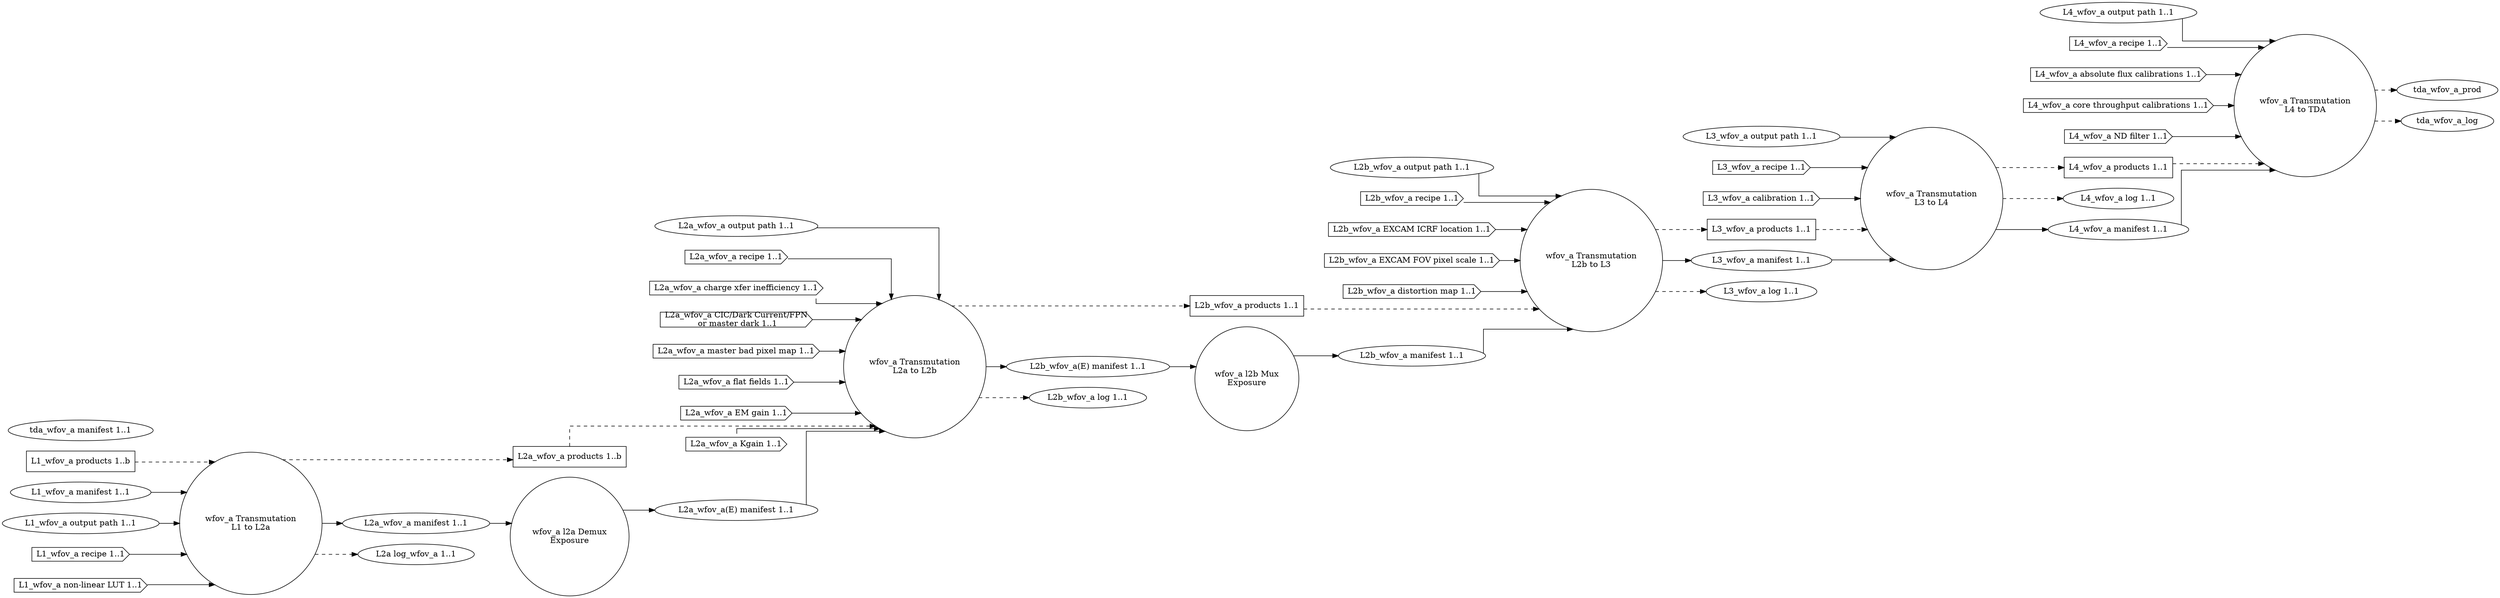
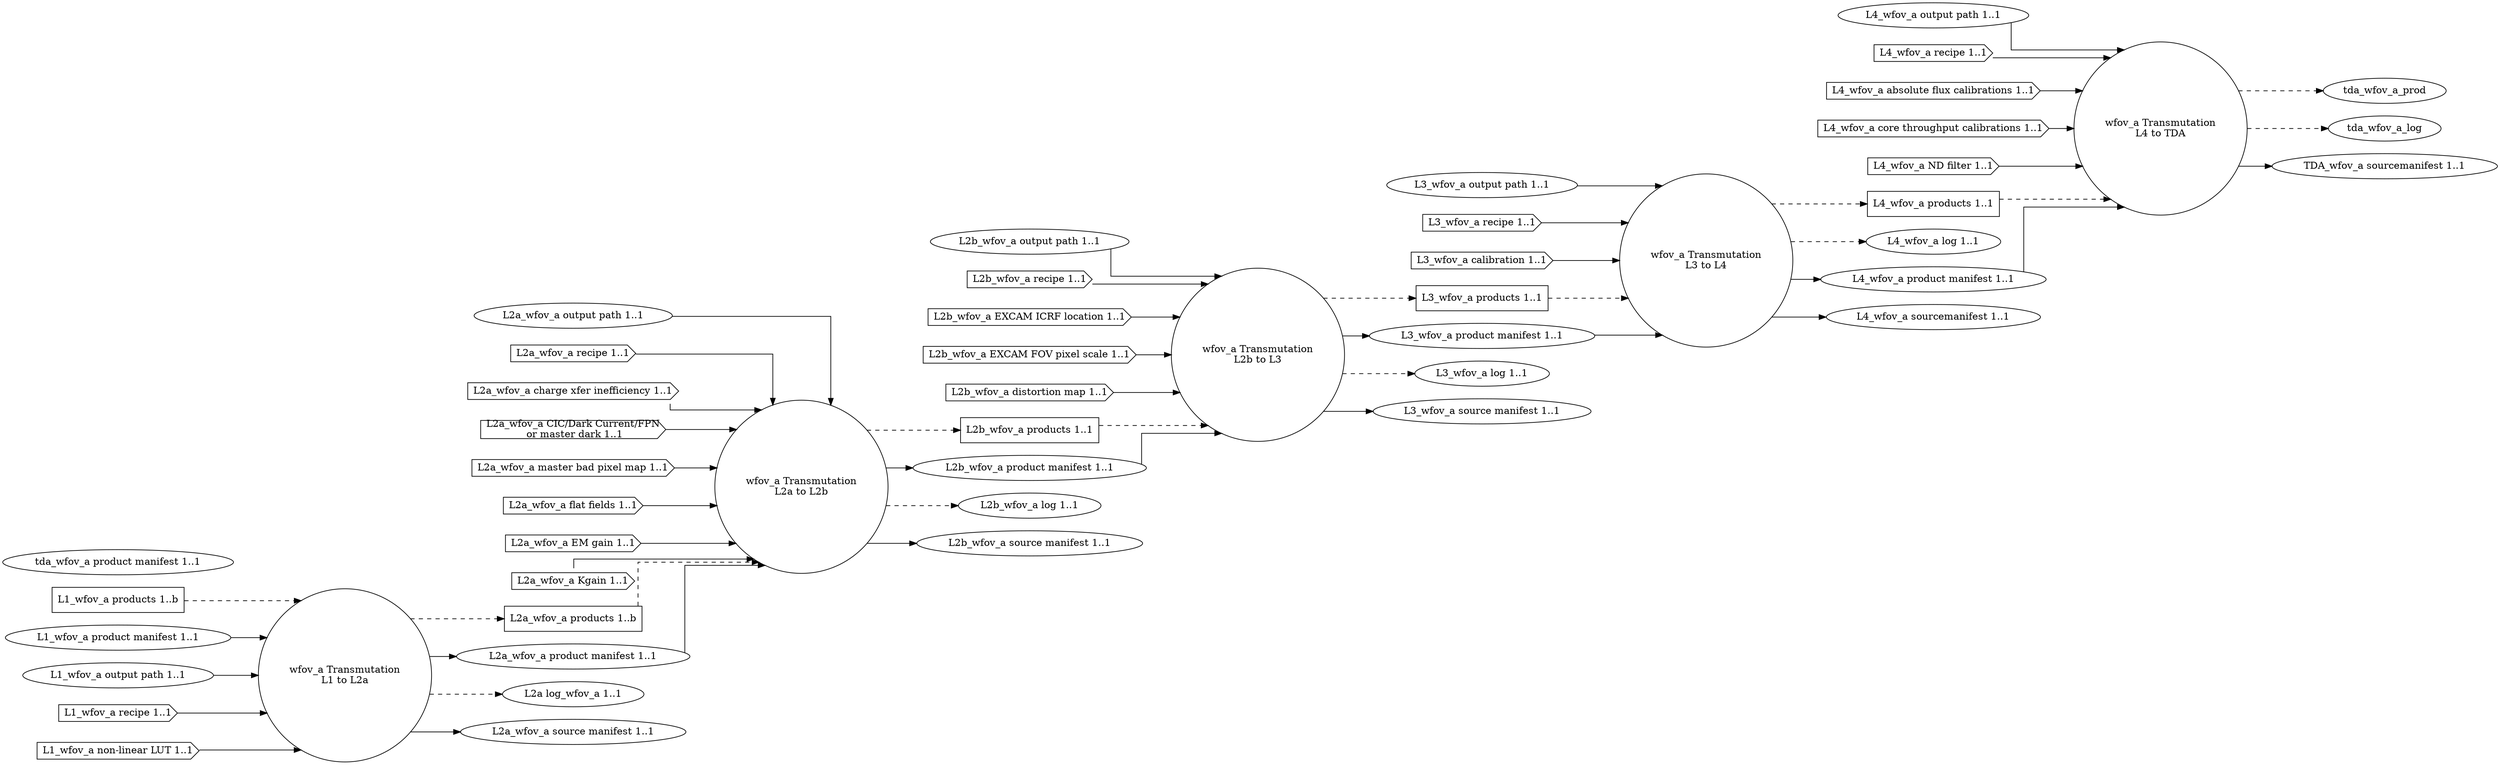
digraph WideFieldOfViewAnalog {
graph [splines="ortho", rankdir=LR];
trans_wfov_a_l1_l2a [label="wfov_a Transmutation\nL1 to L2a", shape="circle", runname="l1.transmutation_wfov_a", runtype="dawgie.Algorithm", fsmtype="dip.base.Runner"];
- l2a_wfov_a_demux [label="wfov_a l2a Demux\nExposure", shape="circle", runname="l2a.demux_wfov_a", runtype="dawgie.Algorithm", fsmtype="dip.clerk.impls.demux.FSM"];
trans_wfov_a_l2a_l2b [label="wfov_a Transmutation\nL2a to L2b", shape="circle", runname="l2a.transmutation_wfov_a", runtype="dawgie.Algorithm", fsmtype="dip.base.Runner"];
- l2b_wfov_a_mux [label="wfov_a l2b Mux\nExposure", shape="circle", runname="l2b.mux_wfov_a", runtype="dawgie.Analyzer", fsmtype="dip.clerk.impls.mux.FSM"];
trans_wfov_a_l2b_l3 [label="wfov_a Transmutation\nL2b to L3", shape="circle", runname="l2b.transmutation_wfov_a", runtype="dawgie.Algorithm", fsmtype="dip.base.Runner"];
trans_wfov_a_l3_l4 [label="wfov_a Transmutation\nL3 to L4", shape="circle", runname="l3.transmutation_wfov_a", runtype="dawgie.Algorithm", fsmtype="dip.base.Runner"];
trans_wfov_a_l4_tda [label="wfov_a Transmutation\nL4 to TDA", shape="circle", runname="l4.transmutation_wfov_a", runtype="dawgie.Algorithm", fsmtype="dip.base.Runner"];
l1_wfov_a_prod [label="L1_wfov_a products 1..b", shape="rectangle"];
- l1_wfov_a_man [label="L1_wfov_a manifest 1..1", shape="ellipse"];
+ l1_wfov_a_man [label="L1_wfov_a product manifest 1..1", shape="ellipse"];
l1_wfov_a_odir [label="L1_wfov_a output path 1..1", shape="ellipse"];
l1_wfov_a_rec [label="L1_wfov_a recipe 1..1", shape="cds"];
l1_wfov_a_nllut [label="L1_wfov_a non-linear LUT 1..1", shape="cds"];
l2a_wfov_a_prod [label="L2a_wfov_a products 1..b", shape="rectangle"];
- l2a_wfov_a_man [label="L2a_wfov_a manifest 1..1", shape="ellipse", valname="l1.transmutation_wfov_a.product.manifest", valtype="dip.base.Manifest"];
+ l2a_wfov_a_man [label="L2a_wfov_a product manifest 1..1", shape="ellipse", valname="l1.transmutation_wfov_a.product.manifest", valtype="dip.base.Manifest"];
l2a_wfov_a_odir [label="L2a_wfov_a output path 1..1", shape="ellipse"];
l2a_wfov_a_rec [label="L2a_wfov_a recipe 1..1", shape="cds"];
l2a_wfov_a_cti [label="L2a_wfov_a charge xfer inefficiency 1..1", shape="cds"];
l2a_wfov_a_dnb [label="L2a_wfov_a CIC/Dark Current/FPN\n or master dark 1..1", shape="cds"];
l2a_wfov_a_mbpm [label="L2a_wfov_a master bad pixel map 1..1", shape="cds"];
l2a_wfov_a_ff [label="L2a_wfov_a flat fields 1..1", shape="cds"];
l2a_wfov_a_emg [label="L2a_wfov_a EM gain 1..1", shape="cds"];
l2a_wfov_a_kgain [label="L2a_wfov_a Kgain 1..1", shape="cds"];
l2a_wfov_a_log [label="L2a log_wfov_a 1..1", shape="ellipse"];
- l2a_wfov_a_man_demux [label="L2a_wfov_a(E) manifest 1..1", shape="ellipse", valname="l2a.demux_wfov_a.product.manifest", valtype="dip.base.Manifest"];
l2b_wfov_a_prod [label="L2b_wfov_a products 1..1", shape="rectangle"];
- l2b_wfov_a_man [label="L2b_wfov_a manifest 1..1", shape="ellipse", valname="l2b.mux_wfov_a.product.manifest", valtype="dip.base.Manifest"];
+ l2b_wfov_a_man [label="L2b_wfov_a product manifest 1..1", shape="ellipse", valname="l2a.transmutation_wfov_a.product.manifest", valtype="dip.base.Manifest"];
l2b_wfov_a_odir [label="L2b_wfov_a output path 1..1", shape="ellipse"];
l2b_wfov_a_rec [label="L2b_wfov_a recipe 1..1", shape="cds"];
l2b_wfov_a_excicrf [label="L2b_wfov_a EXCAM ICRF location 1..1", shape="cds"];
l2b_wfov_a_excfovps [label="L2b_wfov_a EXCAM FOV pixel scale 1..1", shape="cds"];
l2b_wfov_a_distm [label="L2b_wfov_a distortion map 1..1", shape="cds"];
- l2b_wfov_a_man_demux [label="L2b_wfov_a(E) manifest 1..1", shape="ellipse", valname="l2a.transmutation_wfov_a.product.manifest", valtype="dip.base.Manifest"];
l2b_wfov_a_log [label="L2b_wfov_a log 1..1", shape="ellipse"];
l3_wfov_a_prod [label="L3_wfov_a products 1..1", shape="rectangle"];
l3_wfov_a_odir [label="L3_wfov_a output path 1..1", shape="ellipse"];
- l3_wfov_a_man [label="L3_wfov_a manifest 1..1", shape="ellipse", valname="l2b.transmutation_wfov_a.product.manifest", valtype="dip.base.Manifest"];
+ l3_wfov_a_man [label="L3_wfov_a product manifest 1..1", shape="ellipse", valname="l2b.transmutation_wfov_a.product.manifest", valtype="dip.base.Manifest"];
l3_wfov_a_rec [label="L3_wfov_a recipe 1..1", shape="cds"];
l3_wfov_a_cal [label="L3_wfov_a calibration 1..1", shape="cds"];
l3_wfov_a_log [label="L3_wfov_a log 1..1", shape="ellipse"];
l4_wfov_a_prod [label="L4_wfov_a products 1..1", shape="rectangle"];
l4_wfov_a_odir [label="L4_wfov_a output path 1..1", shape="ellipse"];
l4_wfov_a_log [label="L4_wfov_a log 1..1", shape="ellipse"];
- l4_wfov_a_man [label="L4_wfov_a manifest 1..1", shape="ellipse", valname="l3.transmutation_wfov_a.product.manifest", valtype="dip.base.Manifest"];
+ l4_wfov_a_man [label="L4_wfov_a product manifest 1..1", shape="ellipse", valname="l3.transmutation_wfov_a.product.manifest", valtype="dip.base.Manifest"];
l4_wfov_a_rec [label="L4_wfov_a recipe 1..1", shape="cds"];
l4_wfov_a_afcal [label="L4_wfov_a absolute flux calibrations 1..1", shape="cds"];
l4_wfov_a_ctcal [label="L4_wfov_a core throughput calibrations 1..1", shape="cds"];
l4_wfov_a_ndfilt [label="L4_wfov_a ND filter 1..1", shape="cds"];
- tda_wfov_a_man [label="tda_wfov_a manifest 1..1", shape="ellipse", valname="l4.transmutation_wfov_a.product.manifest", valtype="dip.base.Manifest"];
+ tda_wfov_a_man [label="tda_wfov_a product manifest 1..1", shape="ellipse", valname="l4.transmutation_wfov_a.product.manifest", valtype="dip.base.Manifest"];
l1_wfov_a_prod -> trans_wfov_a_l1_l2a [style="dashed"];
l1_wfov_a_man -> trans_wfov_a_l1_l2a;
l1_wfov_a_odir -> trans_wfov_a_l1_l2a;
l1_wfov_a_rec -> trans_wfov_a_l1_l2a;
l1_wfov_a_nllut -> trans_wfov_a_l1_l2a;
trans_wfov_a_l1_l2a -> l2a_wfov_a_prod [style="dashed"];
trans_wfov_a_l1_l2a -> l2a_wfov_a_man;
trans_wfov_a_l1_l2a -> l2a_wfov_a_log [style="dashed"];
l2a_wfov_a_prod -> trans_wfov_a_l2a_l2b [style="dashed"];
l2a_wfov_a_odir -> trans_wfov_a_l2a_l2b;
l2a_wfov_a_rec -> trans_wfov_a_l2a_l2b;
l2a_wfov_a_cti -> trans_wfov_a_l2a_l2b;
l2a_wfov_a_dnb -> trans_wfov_a_l2a_l2b;
l2a_wfov_a_mbpm -> trans_wfov_a_l2a_l2b;
l2a_wfov_a_ff -> trans_wfov_a_l2a_l2b;
l2a_wfov_a_emg -> trans_wfov_a_l2a_l2b;
l2a_wfov_a_kgain -> trans_wfov_a_l2a_l2b;
trans_wfov_a_l2a_l2b -> l2b_wfov_a_prod [style="dashed"];
- trans_wfov_a_l2a_l2b -> l2b_wfov_a_man_demux;
+ trans_wfov_a_l2a_l2b -> l2b_wfov_a_man;
trans_wfov_a_l2a_l2b -> l2b_wfov_a_log [style="dashed"];
- l2a_wfov_a_man -> l2a_wfov_a_demux;
- l2a_wfov_a_demux -> l2a_wfov_a_man_demux;
- l2a_wfov_a_man_demux -> trans_wfov_a_l2a_l2b;
- l2b_wfov_a_man_demux -> l2b_wfov_a_mux;
- l2b_wfov_a_mux -> l2b_wfov_a_man;
+ l2a_wfov_a_man -> trans_wfov_a_l2a_l2b;
l2b_wfov_a_prod -> trans_wfov_a_l2b_l3 [style="dashed"];
l2b_wfov_a_man -> trans_wfov_a_l2b_l3;
l2b_wfov_a_odir -> trans_wfov_a_l2b_l3;
l2b_wfov_a_rec -> trans_wfov_a_l2b_l3;
l2b_wfov_a_excicrf -> trans_wfov_a_l2b_l3;
l2b_wfov_a_excfovps -> trans_wfov_a_l2b_l3;
l2b_wfov_a_distm -> trans_wfov_a_l2b_l3;
trans_wfov_a_l2b_l3 -> l3_wfov_a_prod [style="dashed"];
trans_wfov_a_l2b_l3 -> l3_wfov_a_man;
trans_wfov_a_l2b_l3 -> l3_wfov_a_log [style="dashed"];
l3_wfov_a_prod -> trans_wfov_a_l3_l4 [style="dashed"];
l3_wfov_a_man -> trans_wfov_a_l3_l4;
l3_wfov_a_odir -> trans_wfov_a_l3_l4;
l3_wfov_a_rec -> trans_wfov_a_l3_l4;
l3_wfov_a_cal -> trans_wfov_a_l3_l4;
trans_wfov_a_l3_l4 -> l4_wfov_a_prod [style="dashed"];
trans_wfov_a_l3_l4 -> l4_wfov_a_log [style="dashed"];
trans_wfov_a_l3_l4 -> l4_wfov_a_man;
l4_wfov_a_prod -> trans_wfov_a_l4_tda [style="dashed"];
l4_wfov_a_man -> trans_wfov_a_l4_tda;
l4_wfov_a_odir -> trans_wfov_a_l4_tda;
l4_wfov_a_rec -> trans_wfov_a_l4_tda;
l4_wfov_a_afcal -> trans_wfov_a_l4_tda;
l4_wfov_a_ctcal -> trans_wfov_a_l4_tda;
l4_wfov_a_ndfilt -> trans_wfov_a_l4_tda;
trans_wfov_a_l4_tda -> tda_wfov_a_prod [style="dashed"];
trans_wfov_a_l4_tda -> tda_wfov_a_log [style="dashed"];
+ 
+ l2a_wfov_a_src [label="L2a_wfov_a source manifest 1..1", shape="ellipse", valname="l1.transmutation_wfov_a.source.manifest", valtype="dip.base.Manifest"];
+ l2b_wfov_a_src [label="L2b_wfov_a source manifest 1..1", shape="ellipse", valname="l2a.transmutation_wfov_a.source.manifest", valtype="dip.base.Manifest"];
+ l3_wfov_a_src [label="L3_wfov_a source manifest 1..1", shape="ellipse", valname="l2b.transmutation_wfov_a.source.manifest", valtype="dip.base.Manifest"];
+ l4_wfov_a_src [label="L4_wfov_a sourcemanifest 1..1", shape="ellipse", valname="l3.transmutation_wfov_a.source.manifest", valtype="dip.base.Manifest"];
+ tda_wfov_a_src [label="TDA_wfov_a sourcemanifest 1..1", shape="ellipse", valname="l4.transmutation_wfov_a.source.manifest", valtype="dip.base.Manifest"];
+ trans_wfov_a_l1_l2a -> l2a_wfov_a_src;
+ trans_wfov_a_l2a_l2b -> l2b_wfov_a_src;
+ trans_wfov_a_l2b_l3 -> l3_wfov_a_src;
+ trans_wfov_a_l3_l4 -> l4_wfov_a_src;
+ trans_wfov_a_l4_tda -> tda_wfov_a_src;
}
